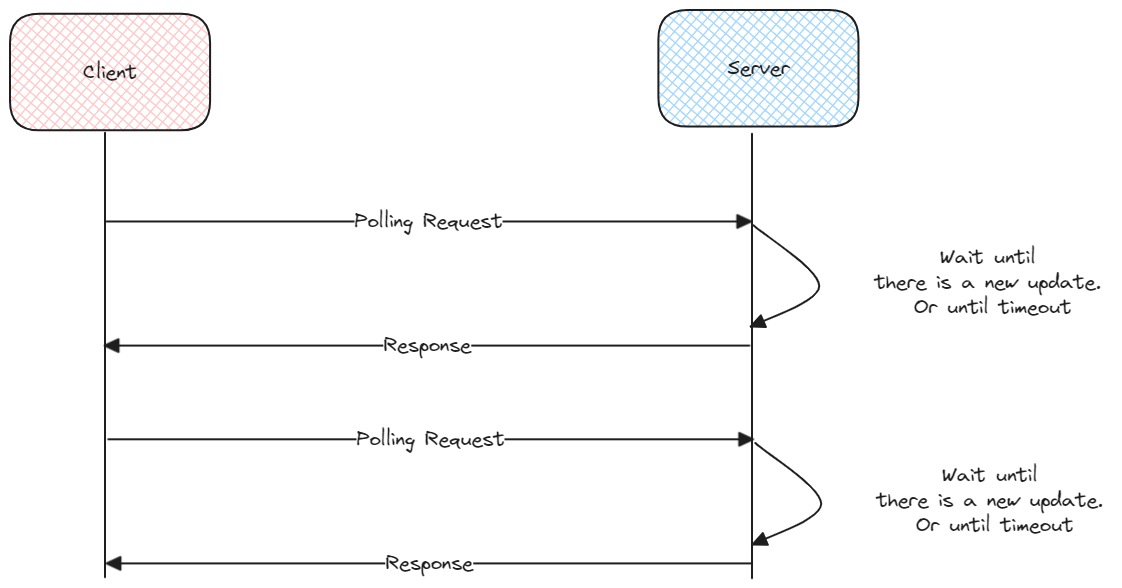
Earlier version of the Excalidraw export static/img/long-polling.excalidraw.png (swaroopar/inprogress-engineer). Source tidied: one line per element, renumbered; positions are measured from the earlier drawing's top-left corner, leaving out a move shared by most shapes. Source of this version:
```json
{"id": 0, "type": "rectangle", "strokeColor": "#1e1e1e", "backgroundColor": "#ffc9c9", "fillStyle": "cross-hatch", "strokeWidth": 2, "roughness": 0, "round": true, "x": 0, "y": 4, "width": 200, "height": 117}
{"id": 1, "type": "text", "text": "Client", "strokeColor": "#1e1e1e", "backgroundColor": "#ffc9c9", "fillStyle": "cross-hatch", "strokeWidth": 2, "roughness": 0, "fontSize": 20, "fontFamily": 1, "textAlign": "center", "verticalAlign": "middle", "inside": 0, "x": 73, "y": 50, "width": 54, "height": 25}
{"id": 2, "type": "rectangle", "strokeColor": "#1e1e1e", "backgroundColor": "#a5d8ff", "fillStyle": "cross-hatch", "strokeWidth": 2, "roughness": 0, "round": true, "x": 648, "y": 0, "width": 200, "height": 117}
{"id": 3, "type": "text", "text": "Server", "strokeColor": "#1e1e1e", "backgroundColor": "#ffc9c9", "fillStyle": "cross-hatch", "strokeWidth": 2, "roughness": 0, "fontSize": 20, "fontFamily": 1, "textAlign": "center", "verticalAlign": "middle", "inside": 2, "x": 718, "y": 46, "width": 62, "height": 25}
{"id": 4, "type": "line", "strokeColor": "#1e1e1e", "backgroundColor": "#ffc9c9", "fillStyle": "cross-hatch", "strokeWidth": 2, "roughness": 0, "round": true, "from": 0, "x": 95, "y": 123, "width": 0, "height": 445, "points": [[0, 0], [0, 445]]}
{"id": 5, "type": "line", "strokeColor": "#1e1e1e", "backgroundColor": "#ffc9c9", "fillStyle": "cross-hatch", "strokeWidth": 2, "roughness": 0, "round": true, "x": 742, "y": 124, "width": 0, "height": 445, "points": [[0, 0], [0, 445]]}
{"id": 6, "type": "arrow", "strokeColor": "#1e1e1e", "backgroundColor": "#ffc9c9", "fillStyle": "cross-hatch", "strokeWidth": 2, "roughness": 0, "endArrowhead": "triangle", "round": true, "x": 96, "y": 211, "width": 645, "height": 0, "points": [[0, 0], [645, 0]]}
{"id": 7, "type": "text", "text": "Polling Request", "strokeColor": "#1e1e1e", "backgroundColor": "#ffc9c9", "fillStyle": "cross-hatch", "strokeWidth": 2, "roughness": 0, "fontSize": 20, "fontFamily": 1, "textAlign": "center", "verticalAlign": "middle", "inside": 6, "x": 344, "y": 199, "width": 148, "height": 25}
{"id": 8, "type": "arrow", "strokeColor": "#1e1e1e", "backgroundColor": "#ffc9c9", "fillStyle": "cross-hatch", "strokeWidth": 2, "roughness": 0, "endArrowhead": "triangle", "round": true, "x": 743, "y": 215, "width": 68, "height": 101, "points": [[0, 0], [66, 61], [-3, 101]]}
{"id": 9, "type": "text", "text": "Wait until \nthere is a new update. \nOr until timeout", "strokeColor": "#1e1e1e", "backgroundColor": "#ffc9c9", "fillStyle": "cross-hatch", "strokeWidth": 2, "roughness": 0, "fontSize": 20, "fontFamily": 1, "textAlign": "center", "x": 865, "y": 235, "width": 236, "height": 75}
{"id": 10, "type": "arrow", "strokeColor": "#1e1e1e", "backgroundColor": "#ffc9c9", "fillStyle": "cross-hatch", "strokeWidth": 2, "roughness": 0, "endArrowhead": "triangle", "round": true, "x": 740, "y": 336, "width": 645, "height": 0, "points": [[0, 0], [-645, 0]]}
{"id": 11, "type": "text", "text": "Response", "strokeColor": "#1e1e1e", "backgroundColor": "#ffc9c9", "fillStyle": "cross-hatch", "strokeWidth": 2, "roughness": 0, "fontSize": 20, "fontFamily": 1, "textAlign": "center", "verticalAlign": "middle", "inside": 10, "x": 374, "y": 323, "width": 87, "height": 25}
{"id": 12, "type": "arrow", "strokeColor": "#1e1e1e", "backgroundColor": "#ffc9c9", "fillStyle": "cross-hatch", "strokeWidth": 2, "roughness": 0, "endArrowhead": "triangle", "round": true, "x": 98, "y": 429, "width": 645, "height": 0, "points": [[0, 0], [645, 0]]}
{"id": 13, "type": "text", "text": "Polling Request", "strokeColor": "#1e1e1e", "backgroundColor": "#ffc9c9", "fillStyle": "cross-hatch", "strokeWidth": 2, "roughness": 0, "fontSize": 20, "fontFamily": 1, "textAlign": "center", "verticalAlign": "middle", "inside": 12, "x": 346, "y": 417, "width": 148, "height": 25}
{"id": 14, "type": "arrow", "strokeColor": "#1e1e1e", "backgroundColor": "#ffc9c9", "fillStyle": "cross-hatch", "strokeWidth": 2, "roughness": 0, "endArrowhead": "triangle", "round": true, "x": 745, "y": 433, "width": 68, "height": 101, "points": [[0, 0], [66, 61], [-3, 101]]}
{"id": 15, "type": "text", "text": "Wait until \nthere is a new update. \nOr until timeout", "strokeColor": "#1e1e1e", "backgroundColor": "#ffc9c9", "fillStyle": "cross-hatch", "strokeWidth": 2, "roughness": 0, "fontSize": 20, "fontFamily": 1, "textAlign": "center", "x": 866, "y": 453, "width": 236, "height": 75}
{"id": 16, "type": "arrow", "strokeColor": "#1e1e1e", "backgroundColor": "#ffc9c9", "fillStyle": "cross-hatch", "strokeWidth": 2, "roughness": 0, "endArrowhead": "triangle", "round": true, "x": 742, "y": 553, "width": 645, "height": 0, "points": [[0, 0], [-645, 0]]}
{"id": 17, "type": "text", "text": "Response", "strokeColor": "#1e1e1e", "backgroundColor": "#ffc9c9", "fillStyle": "cross-hatch", "strokeWidth": 2, "roughness": 0, "fontSize": 20, "fontFamily": 1, "textAlign": "center", "verticalAlign": "middle", "inside": 16, "x": 376, "y": 541, "width": 87, "height": 25}
```
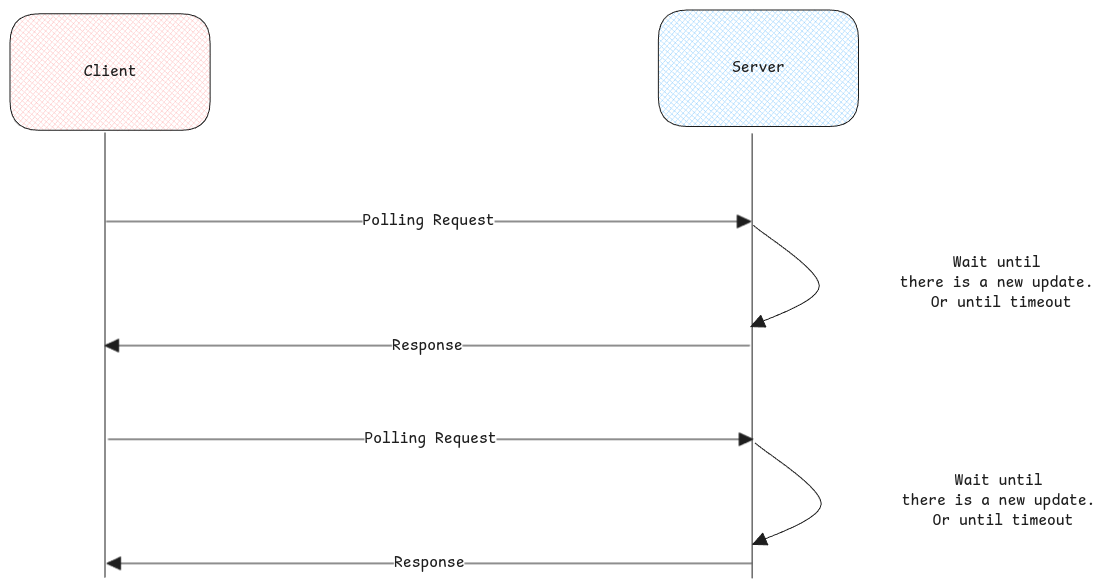
Later version of the same file.

The edit, as a diff of the source:
```diff
@@ -1,18 +1,18 @@
-{"id": 0, "type": "rectangle", "strokeColor": "#1e1e1e", "backgroundColor": "#ffc9c9", "fillStyle": "cross-hatch", "strokeWidth": 2, "roughness": 0, "round": true, "x": 0, "y": 4, "width": 200, "height": 117}
+{"id": 0, "type": "rectangle", "strokeColor": "#1e1e1e", "backgroundColor": "#ffc9c9", "fillStyle": "cross-hatch", "strokeWidth": 1, "roughness": 0, "round": true, "x": 0, "y": 4, "width": 200, "height": 117}
-{"id": 1, "type": "text", "text": "Client", "strokeColor": "#1e1e1e", "backgroundColor": "#ffc9c9", "fillStyle": "cross-hatch", "strokeWidth": 2, "roughness": 0, "fontSize": 20, "fontFamily": 1, "textAlign": "center", "verticalAlign": "middle", "inside": 0, "x": 73, "y": 50, "width": 54, "height": 25}
+{"id": 1, "type": "text", "text": "Client", "strokeColor": "#1e1e1e", "backgroundColor": "#ffc9c9", "fillStyle": "cross-hatch", "strokeWidth": 2, "roughness": 0, "fontSize": 16, "fontFamily": 8, "textAlign": "center", "verticalAlign": "middle", "inside": 0, "x": 74, "y": 52, "width": 53, "height": 20}
-{"id": 2, "type": "rectangle", "strokeColor": "#1e1e1e", "backgroundColor": "#a5d8ff", "fillStyle": "cross-hatch", "strokeWidth": 2, "roughness": 0, "round": true, "x": 648, "y": 0, "width": 200, "height": 117}
+{"id": 2, "type": "rectangle", "strokeColor": "#1e1e1e", "backgroundColor": "#a5d8ff", "fillStyle": "cross-hatch", "strokeWidth": 1, "roughness": 0, "round": true, "x": 648, "y": 0, "width": 200, "height": 117}
-{"id": 3, "type": "text", "text": "Server", "strokeColor": "#1e1e1e", "backgroundColor": "#ffc9c9", "fillStyle": "cross-hatch", "strokeWidth": 2, "roughness": 0, "fontSize": 20, "fontFamily": 1, "textAlign": "center", "verticalAlign": "middle", "inside": 2, "x": 718, "y": 46, "width": 62, "height": 25}
+{"id": 3, "type": "text", "text": "Server", "strokeColor": "#1e1e1e", "backgroundColor": "#ffc9c9", "fillStyle": "cross-hatch", "strokeWidth": 2, "roughness": 0, "fontSize": 16, "fontFamily": 8, "textAlign": "center", "verticalAlign": "middle", "inside": 2, "x": 722, "y": 48, "width": 53, "height": 20}
-{"id": 4, "type": "line", "strokeColor": "#1e1e1e", "backgroundColor": "#ffc9c9", "fillStyle": "cross-hatch", "strokeWidth": 2, "roughness": 0, "round": true, "from": 0, "x": 95, "y": 123, "width": 0, "height": 445, "points": [[0, 0], [0, 445]]}
+{"id": 4, "type": "line", "strokeColor": "#1e1e1e", "backgroundColor": "#ffc9c9", "fillStyle": "cross-hatch", "strokeWidth": 1, "roughness": 0, "round": true, "x": 95, "y": 123, "width": 0, "height": 445, "points": [[0, 0], [0, 445]]}
-{"id": 5, "type": "line", "strokeColor": "#1e1e1e", "backgroundColor": "#ffc9c9", "fillStyle": "cross-hatch", "strokeWidth": 2, "roughness": 0, "round": true, "x": 742, "y": 124, "width": 0, "height": 445, "points": [[0, 0], [0, 445]]}
+{"id": 5, "type": "line", "strokeColor": "#1e1e1e", "backgroundColor": "#ffc9c9", "fillStyle": "cross-hatch", "strokeWidth": 1, "roughness": 0, "round": true, "x": 742, "y": 124, "width": 0, "height": 445, "points": [[0, 0], [0, 445]]}
-{"id": 6, "type": "arrow", "strokeColor": "#1e1e1e", "backgroundColor": "#ffc9c9", "fillStyle": "cross-hatch", "strokeWidth": 2, "roughness": 0, "endArrowhead": "triangle", "round": true, "x": 96, "y": 211, "width": 645, "height": 0, "points": [[0, 0], [645, 0]]}
+{"id": 6, "type": "arrow", "strokeColor": "#1e1e1e", "backgroundColor": "#ffc9c9", "fillStyle": "cross-hatch", "strokeWidth": 1, "roughness": 0, "endArrowhead": "triangle", "round": true, "x": 96, "y": 211, "width": 645, "height": 0, "points": [[0, 0], [645, 0]]}
-{"id": 7, "type": "text", "text": "Polling Request", "strokeColor": "#1e1e1e", "backgroundColor": "#ffc9c9", "fillStyle": "cross-hatch", "strokeWidth": 2, "roughness": 0, "fontSize": 20, "fontFamily": 1, "textAlign": "center", "verticalAlign": "middle", "inside": 6, "x": 344, "y": 199, "width": 148, "height": 25}
+{"id": 7, "type": "text", "text": "Polling Request", "strokeColor": "#1e1e1e", "backgroundColor": "#ffc9c9", "fillStyle": "cross-hatch", "strokeWidth": 2, "roughness": 0, "fontSize": 16, "fontFamily": 8, "textAlign": "center", "verticalAlign": "middle", "inside": 6, "x": 353, "y": 201, "width": 132, "height": 20}
-{"id": 8, "type": "arrow", "strokeColor": "#1e1e1e", "backgroundColor": "#ffc9c9", "fillStyle": "cross-hatch", "strokeWidth": 2, "roughness": 0, "endArrowhead": "triangle", "round": true, "x": 743, "y": 215, "width": 68, "height": 101, "points": [[0, 0], [66, 61], [-3, 101]]}
+{"id": 8, "type": "arrow", "strokeColor": "#1e1e1e", "backgroundColor": "#ffc9c9", "fillStyle": "cross-hatch", "strokeWidth": 1, "roughness": 0, "endArrowhead": "triangle", "round": true, "x": 743, "y": 215, "width": 68, "height": 101, "points": [[0, 0], [66, 61], [-3, 101]]}
-{"id": 9, "type": "text", "text": "Wait until \nthere is a new update. \nOr until timeout", "strokeColor": "#1e1e1e", "backgroundColor": "#ffc9c9", "fillStyle": "cross-hatch", "strokeWidth": 2, "roughness": 0, "fontSize": 20, "fontFamily": 1, "textAlign": "center", "x": 865, "y": 235, "width": 236, "height": 75}
+{"id": 9, "type": "text", "text": "Wait until \nthere is a new update. \nOr until timeout", "strokeColor": "#1e1e1e", "backgroundColor": "#ffc9c9", "fillStyle": "cross-hatch", "strokeWidth": 1, "roughness": 0, "fontSize": 16, "fontFamily": 8, "textAlign": "center", "x": 890, "y": 243, "width": 202, "height": 60}
-{"id": 10, "type": "arrow", "strokeColor": "#1e1e1e", "backgroundColor": "#ffc9c9", "fillStyle": "cross-hatch", "strokeWidth": 2, "roughness": 0, "endArrowhead": "triangle", "round": true, "x": 740, "y": 336, "width": 645, "height": 0, "points": [[0, 0], [-645, 0]]}
+{"id": 10, "type": "arrow", "strokeColor": "#1e1e1e", "backgroundColor": "#ffc9c9", "fillStyle": "cross-hatch", "strokeWidth": 1, "roughness": 0, "endArrowhead": "triangle", "round": true, "x": 740, "y": 336, "width": 645, "height": 0, "points": [[0, 0], [-645, 0]]}
-{"id": 11, "type": "text", "text": "Response", "strokeColor": "#1e1e1e", "backgroundColor": "#ffc9c9", "fillStyle": "cross-hatch", "strokeWidth": 2, "roughness": 0, "fontSize": 20, "fontFamily": 1, "textAlign": "center", "verticalAlign": "middle", "inside": 10, "x": 374, "y": 323, "width": 87, "height": 25}
+{"id": 11, "type": "text", "text": "Response", "strokeColor": "#1e1e1e", "backgroundColor": "#ffc9c9", "fillStyle": "cross-hatch", "strokeWidth": 2, "roughness": 0, "fontSize": 16, "fontFamily": 8, "textAlign": "center", "verticalAlign": "middle", "inside": 10, "x": 382, "y": 326, "width": 70, "height": 20}
-{"id": 12, "type": "arrow", "strokeColor": "#1e1e1e", "backgroundColor": "#ffc9c9", "fillStyle": "cross-hatch", "strokeWidth": 2, "roughness": 0, "endArrowhead": "triangle", "round": true, "x": 98, "y": 429, "width": 645, "height": 0, "points": [[0, 0], [645, 0]]}
+{"id": 12, "type": "arrow", "strokeColor": "#1e1e1e", "backgroundColor": "#ffc9c9", "fillStyle": "cross-hatch", "strokeWidth": 1, "roughness": 0, "endArrowhead": "triangle", "round": true, "x": 98, "y": 429, "width": 645, "height": 0, "points": [[0, 0], [645, 0]]}
-{"id": 13, "type": "text", "text": "Polling Request", "strokeColor": "#1e1e1e", "backgroundColor": "#ffc9c9", "fillStyle": "cross-hatch", "strokeWidth": 2, "roughness": 0, "fontSize": 20, "fontFamily": 1, "textAlign": "center", "verticalAlign": "middle", "inside": 12, "x": 346, "y": 417, "width": 148, "height": 25}
+{"id": 13, "type": "text", "text": "Polling Request", "strokeColor": "#1e1e1e", "backgroundColor": "#ffc9c9", "fillStyle": "cross-hatch", "strokeWidth": 2, "roughness": 0, "fontSize": 16, "fontFamily": 8, "textAlign": "center", "verticalAlign": "middle", "inside": 12, "x": 354, "y": 419, "width": 132, "height": 20}
-{"id": 14, "type": "arrow", "strokeColor": "#1e1e1e", "backgroundColor": "#ffc9c9", "fillStyle": "cross-hatch", "strokeWidth": 2, "roughness": 0, "endArrowhead": "triangle", "round": true, "x": 745, "y": 433, "width": 68, "height": 101, "points": [[0, 0], [66, 61], [-3, 101]]}
+{"id": 14, "type": "arrow", "strokeColor": "#1e1e1e", "backgroundColor": "#ffc9c9", "fillStyle": "cross-hatch", "strokeWidth": 1, "roughness": 0, "endArrowhead": "triangle", "round": true, "x": 745, "y": 433, "width": 68, "height": 101, "points": [[0, 0], [66, 61], [-3, 101]]}
-{"id": 15, "type": "text", "text": "Wait until \nthere is a new update. \nOr until timeout", "strokeColor": "#1e1e1e", "backgroundColor": "#ffc9c9", "fillStyle": "cross-hatch", "strokeWidth": 2, "roughness": 0, "fontSize": 20, "fontFamily": 1, "textAlign": "center", "x": 866, "y": 453, "width": 236, "height": 75}
+{"id": 15, "type": "text", "text": "Wait until \nthere is a new update. \nOr until timeout", "strokeColor": "#1e1e1e", "backgroundColor": "#ffc9c9", "fillStyle": "cross-hatch", "strokeWidth": 1, "roughness": 0, "fontSize": 16, "fontFamily": 8, "textAlign": "center", "x": 892, "y": 461, "width": 202, "height": 60}
-{"id": 16, "type": "arrow", "strokeColor": "#1e1e1e", "backgroundColor": "#ffc9c9", "fillStyle": "cross-hatch", "strokeWidth": 2, "roughness": 0, "endArrowhead": "triangle", "round": true, "x": 742, "y": 553, "width": 645, "height": 0, "points": [[0, 0], [-645, 0]]}
+{"id": 16, "type": "arrow", "strokeColor": "#1e1e1e", "backgroundColor": "#ffc9c9", "fillStyle": "cross-hatch", "strokeWidth": 1, "roughness": 0, "endArrowhead": "triangle", "round": true, "x": 742, "y": 553, "width": 645, "height": 0, "points": [[0, 0], [-645, 0]]}
-{"id": 17, "type": "text", "text": "Response", "strokeColor": "#1e1e1e", "backgroundColor": "#ffc9c9", "fillStyle": "cross-hatch", "strokeWidth": 2, "roughness": 0, "fontSize": 20, "fontFamily": 1, "textAlign": "center", "verticalAlign": "middle", "inside": 16, "x": 376, "y": 541, "width": 87, "height": 25}
+{"id": 17, "type": "text", "text": "Response", "strokeColor": "#1e1e1e", "backgroundColor": "#ffc9c9", "fillStyle": "cross-hatch", "strokeWidth": 2, "roughness": 0, "fontSize": 16, "fontFamily": 8, "textAlign": "center", "verticalAlign": "middle", "inside": 16, "x": 384, "y": 543, "width": 70, "height": 20}
```
